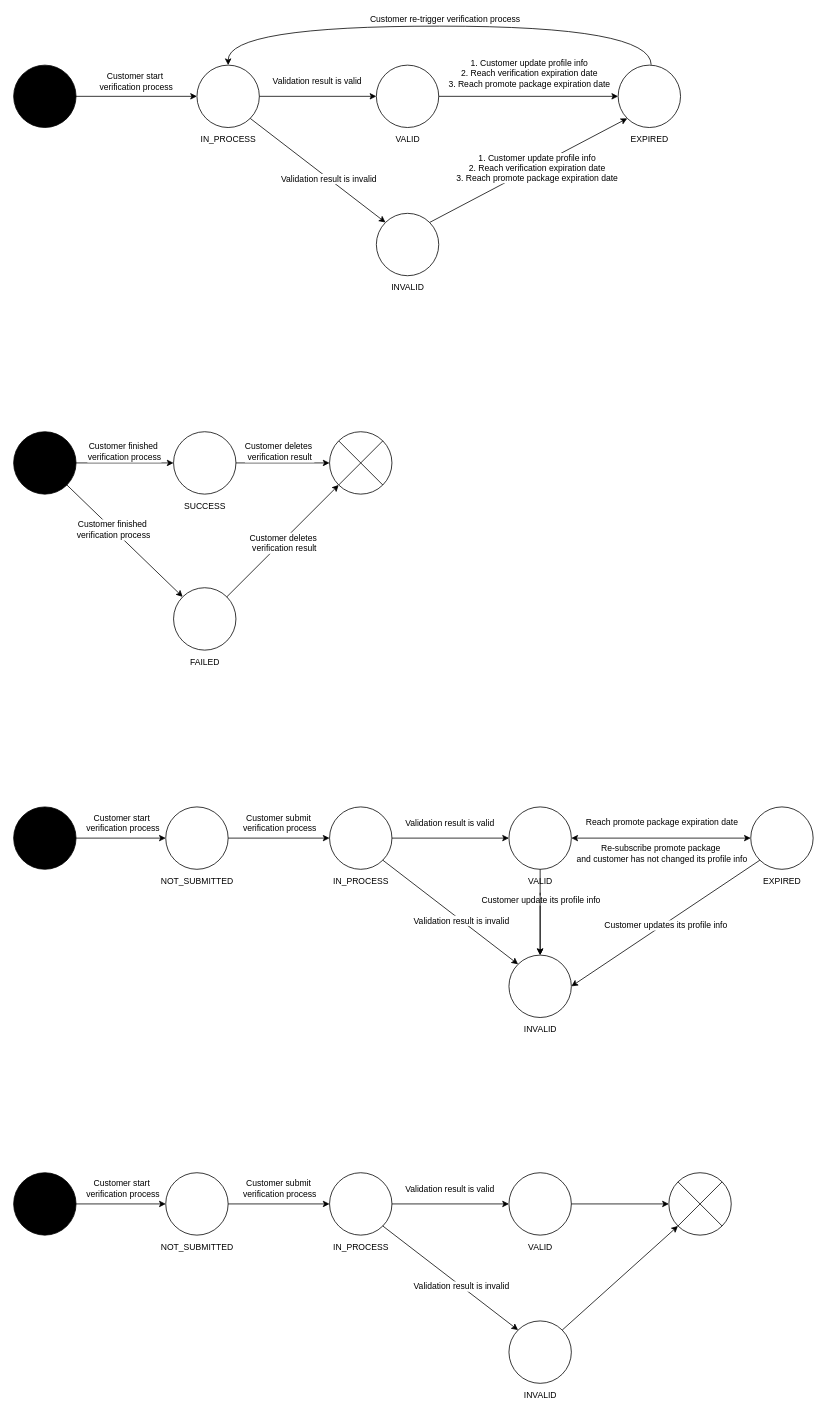
huangshijie/Drawio keeps this draw.io diagram as page "Status" (7 of 9) of verification_framework.drawio. Above is the earlier version. Source tidied: cells renumbered, new cells numbered last; positions are measured from the earlier drawing's top-left corner, leaving out a move shared by most shapes. Both pictures are drawn from the tidied source at 78%, with x=0, y=0 at pixel (13, 26).
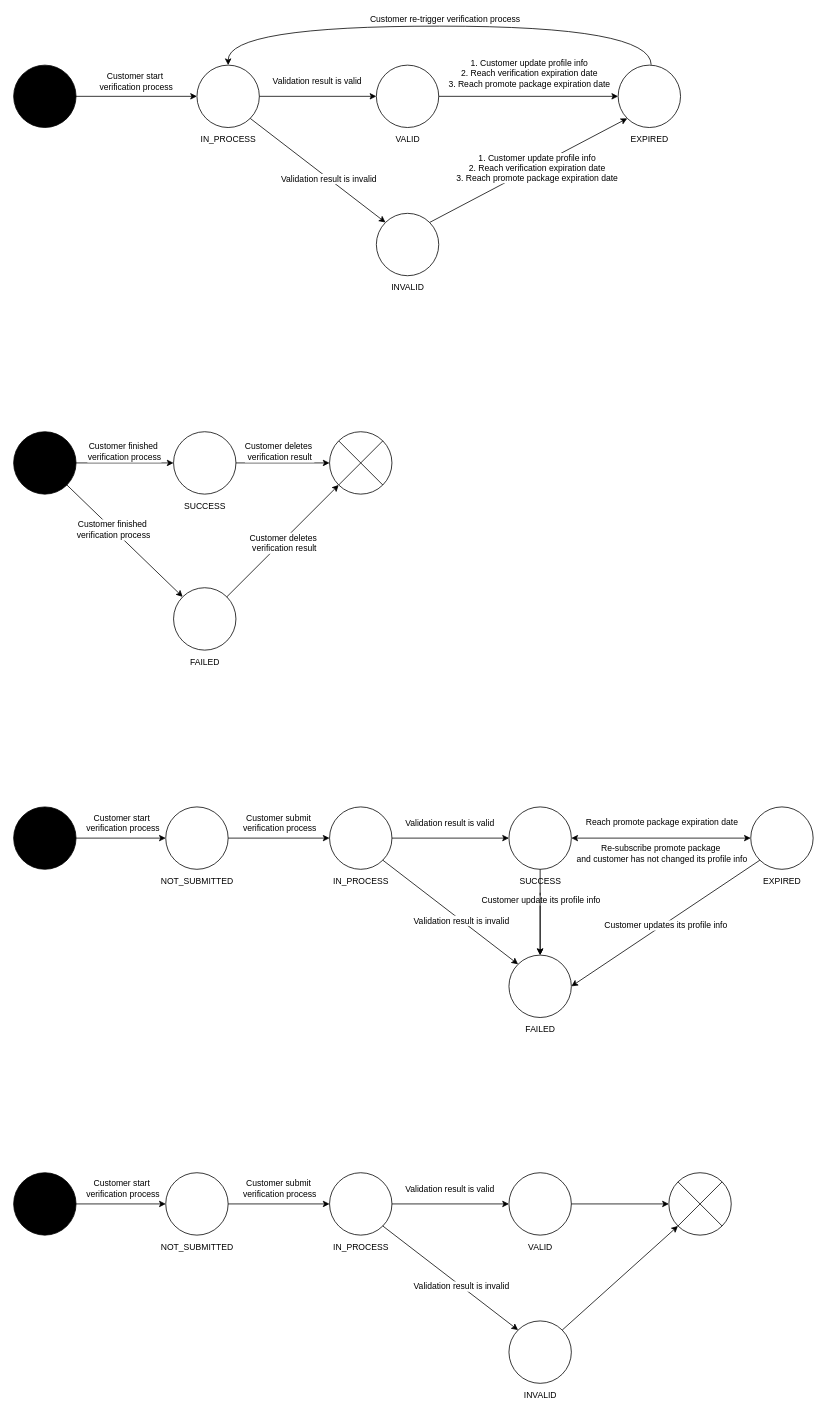
After the change.

The change refers to these unchanged cells:
```xml
<mxCell id="53" style="group;fontSize=11;" parent="1" vertex="1">
  <mxGeometry x="630" y="1001" width="90" height="110" as="geometry" />
</mxCell>
<mxCell id="56" style="group;fontSize=11;" parent="1" vertex="1">
  <mxGeometry x="630" y="1191" width="90" height="110" as="geometry" />
</mxCell>
```

Change to the diagram source:
```diff
@@
-    <mxCell id="55" value="&lt;span style=&quot;font-size: 11px; text-wrap: wrap;&quot;&gt;VALID&lt;/span&gt;" style="text;html=1;align=center;verticalAlign=middle;points=[];strokeColor=none;fillColor=none;fontSize=11;" parent="53" vertex="1">
-      <mxGeometry x="20" y="80" width="50" height="30" as="geometry" />
+    <mxCell id="55" value="&lt;span style=&quot;font-size: 11px; text-wrap: wrap;&quot;&gt;SUCCESS&lt;/span&gt;" style="text;html=1;align=center;verticalAlign=middle;points=[];strokeColor=none;fillColor=none;fontSize=11;" parent="53" vertex="1">
+      <mxGeometry x="5" y="80" width="80" height="30" as="geometry" />
     </mxCell>
@@
-    <mxCell id="58" value="&lt;span style=&quot;font-size: 11px; text-wrap: wrap;&quot;&gt;INVALID&lt;/span&gt;" style="text;html=1;align=center;verticalAlign=middle;strokeColor=none;fillColor=none;fontSize=11;" parent="56" vertex="1">
-      <mxGeometry x="10" y="80" width="70" height="30" as="geometry" />
+    <mxCell id="58" value="&lt;span style=&quot;font-size: 11px; text-wrap: wrap;&quot;&gt;FAILED&lt;/span&gt;" style="text;html=1;align=center;verticalAlign=middle;strokeColor=none;fillColor=none;fontSize=11;" parent="56" vertex="1">
+      <mxGeometry x="15" y="80" width="60" height="30" as="geometry" />
     </mxCell>
```
